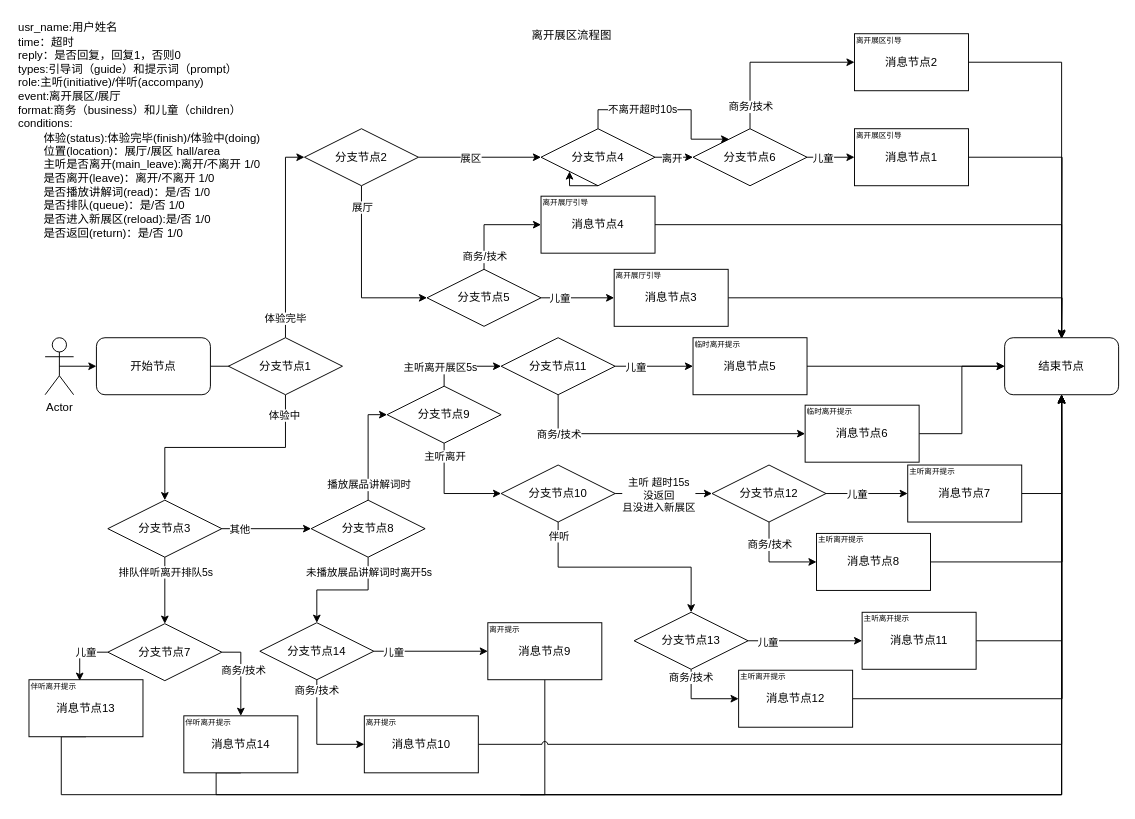
Earlier version of the draw.io diagram 8.离开展厅.drawio (huaxiaojilzg/workflow_draw). Source tidied: cells renumbered, new cells numbered last; positions are measured from the earlier drawing's top-left corner, leaving out a move shared by most shapes. Both pictures are drawn from the tidied source at 95%, with x=0, y=0 at pixel (16, 16).
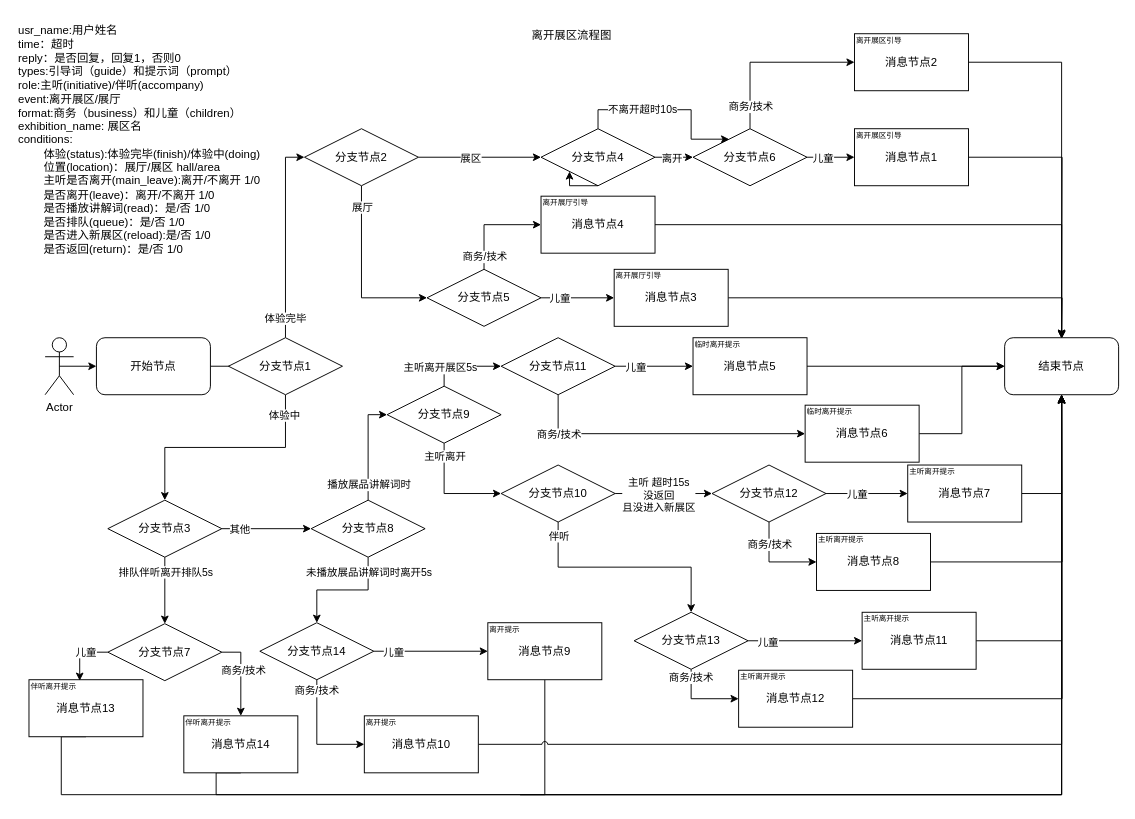
The same diagram, later.

Commit message:
更新8.离开展厅.drawio

The edit, as a diff of the source:
```diff
@@
-    <mxCell id="99" value="&lt;div&gt;usr_name:用户姓名&lt;/div&gt;&lt;div&gt;time：超时&lt;/div&gt;&lt;div&gt;reply：是否回复，回复1，否则0&lt;/div&gt;types:引导词（guide）和提示词（prompt）&lt;div&gt;role:主听(initiative)/伴听(accompany)&lt;/div&gt;&lt;div&gt;event:离开展区/展厅&lt;/div&gt;&lt;div&gt;format:商务（business）和儿童（children）&lt;br&gt;conditions:&lt;/div&gt;&lt;div&gt;&lt;span style=&quot;white-space: pre;&quot;&gt;&#9;&lt;/span&gt;体验(status):体验完毕(finish)/体验中(doing)&lt;/div&gt;&lt;div&gt;&lt;span style=&quot;white-space: pre;&quot;&gt;&#9;&lt;/span&gt;位置(location)：展厅/展区 hall/area&lt;br&gt;&lt;/div&gt;&lt;div&gt;&lt;span style=&quot;white-space: pre;&quot;&gt;&#9;&lt;/span&gt;主听是否离开(main_leave):&lt;span style=&quot;background-color: transparent; color: light-dark(rgb(0, 0, 0), rgb(255, 255, 255));&quot;&gt;离开/不离开 1/0&lt;/span&gt;&lt;br&gt;&lt;/div&gt;&lt;div&gt;&lt;span style=&quot;white-space: pre;&quot;&gt;&#9;&lt;/span&gt;是否离开(leave)：离开/不离开 1/0&lt;br&gt;&lt;/div&gt;&lt;div&gt;&lt;span style=&quot;white-space: pre;&quot;&gt;&#9;&lt;/span&gt;是否播放讲解词(read)：是/否 1/0&lt;br&gt;&lt;/div&gt;&lt;div&gt;&lt;span style=&quot;white-space: pre;&quot;&gt;&#9;&lt;/span&gt;是否排队(queue)：是/否 1/0&lt;br&gt;&lt;/div&gt;&lt;div&gt;&lt;span style=&quot;white-space: pre;&quot;&gt;&#9;&lt;/span&gt;是否进入新展区(reload):是/否 1/0&lt;br&gt;&lt;/div&gt;&lt;div&gt;&lt;span style=&quot;white-space: pre;&quot;&gt;&#9;&lt;/span&gt;是否返回(return)：是/否 1/0&lt;br&gt;&lt;/div&gt;" style="text;html=1;align=left;verticalAlign=middle;strokeColor=none;fillColor=none;" parent="1" vertex="1">
-      <mxGeometry width="280" height="240" as="geometry" />
+    <mxCell id="99" value="&lt;div&gt;usr_name:用户姓名&lt;/div&gt;&lt;div&gt;time：超时&lt;/div&gt;&lt;div&gt;reply：是否回复，回复1，否则0&lt;/div&gt;types:引导词（guide）和提示词（prompt）&lt;div&gt;role:主听(initiative)/伴听(accompany)&lt;/div&gt;&lt;div&gt;event:离开展区/展厅&lt;/div&gt;&lt;div&gt;format:商务（business）和儿童（children）&lt;/div&gt;&lt;div&gt;&lt;span style=&quot;background-color: transparent;&quot;&gt;exhibition_name: 展区名&lt;/span&gt;&lt;/div&gt;&lt;div&gt;conditions:&lt;/div&gt;&lt;div&gt;&lt;span style=&quot;white-space: pre;&quot;&gt;&#9;&lt;/span&gt;体验(status):体验完毕(finish)/体验中(doing)&lt;/div&gt;&lt;div&gt;&lt;span style=&quot;white-space: pre;&quot;&gt;&#9;&lt;/span&gt;位置(location)：展厅/展区 hall/area&lt;br&gt;&lt;/div&gt;&lt;div&gt;&lt;span style=&quot;white-space: pre;&quot;&gt;&#9;&lt;/span&gt;主听是否离开(main_leave):&lt;span style=&quot;background-color: transparent; color: light-dark(rgb(0, 0, 0), rgb(255, 255, 255));&quot;&gt;离开/不离开 1/0&lt;/span&gt;&lt;br&gt;&lt;/div&gt;&lt;div&gt;&lt;span style=&quot;white-space: pre;&quot;&gt;&#9;&lt;/span&gt;是否离开(leave)：离开/不离开 1/0&lt;br&gt;&lt;/div&gt;&lt;div&gt;&lt;span style=&quot;white-space: pre;&quot;&gt;&#9;&lt;/span&gt;是否播放讲解词(read)：是/否 1/0&lt;br&gt;&lt;/div&gt;&lt;div&gt;&lt;span style=&quot;white-space: pre;&quot;&gt;&#9;&lt;/span&gt;是否排队(queue)：是/否 1/0&lt;br&gt;&lt;/div&gt;&lt;div&gt;&lt;span style=&quot;white-space: pre;&quot;&gt;&#9;&lt;/span&gt;是否进入新展区(reload):是/否 1/0&lt;br&gt;&lt;/div&gt;&lt;div&gt;&lt;span style=&quot;white-space: pre;&quot;&gt;&#9;&lt;/span&gt;是否返回(return)：是/否 1/0&lt;br&gt;&lt;/div&gt;" style="text;html=1;align=left;verticalAlign=middle;strokeColor=none;fillColor=none;" parent="1" vertex="1">
+      <mxGeometry width="280" height="260" as="geometry" />
     </mxCell>
```
